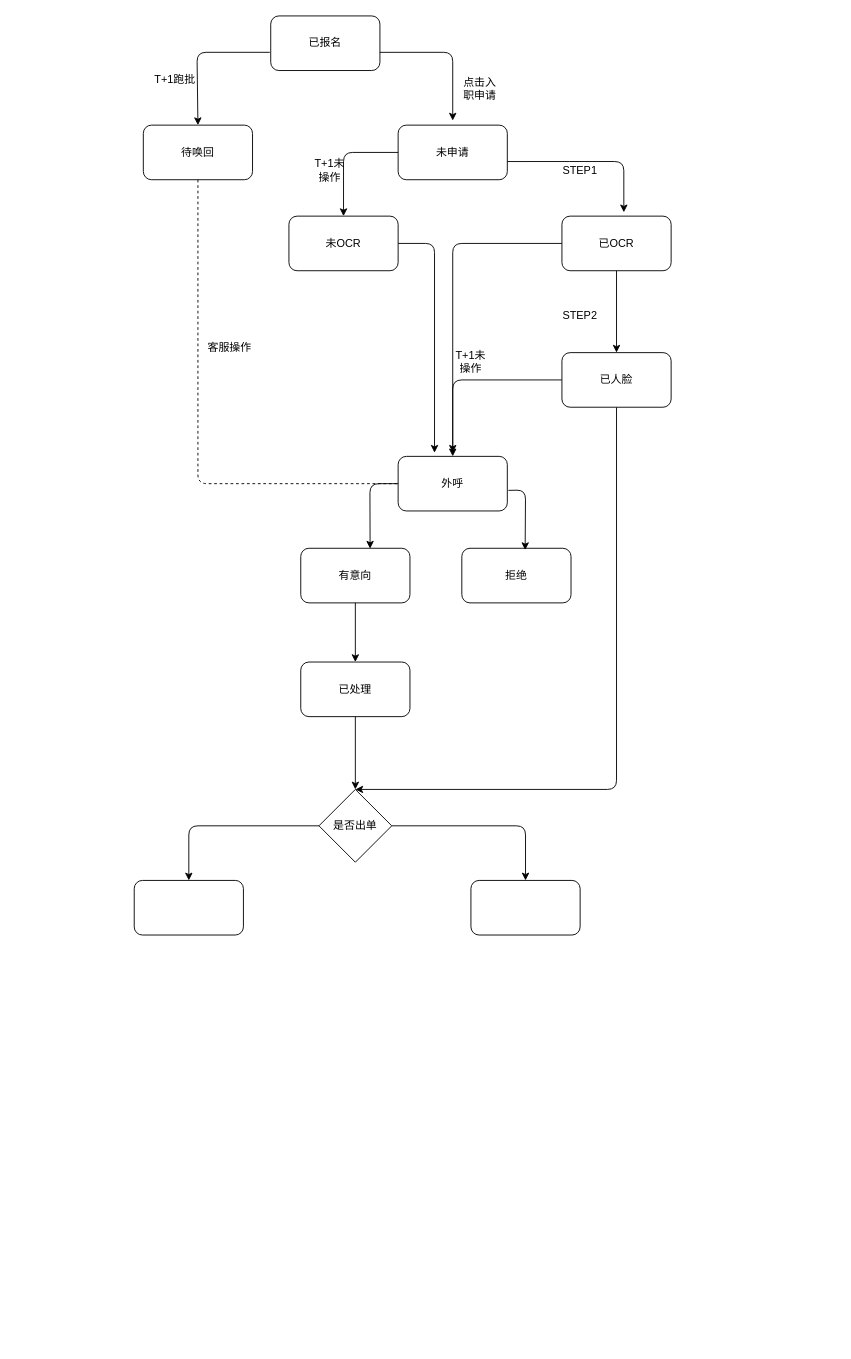
This is middle.drawio from raineyJ/pub_drawio, a draw.io file, before an edit. Source tidied: cells renumbered, new cells numbered last; positions are measured from the earlier drawing's top-left corner, leaving out a move shared by most shapes. Both pictures are drawn from the tidied source at 91%, with x=0, y=0 at pixel (134, 15).
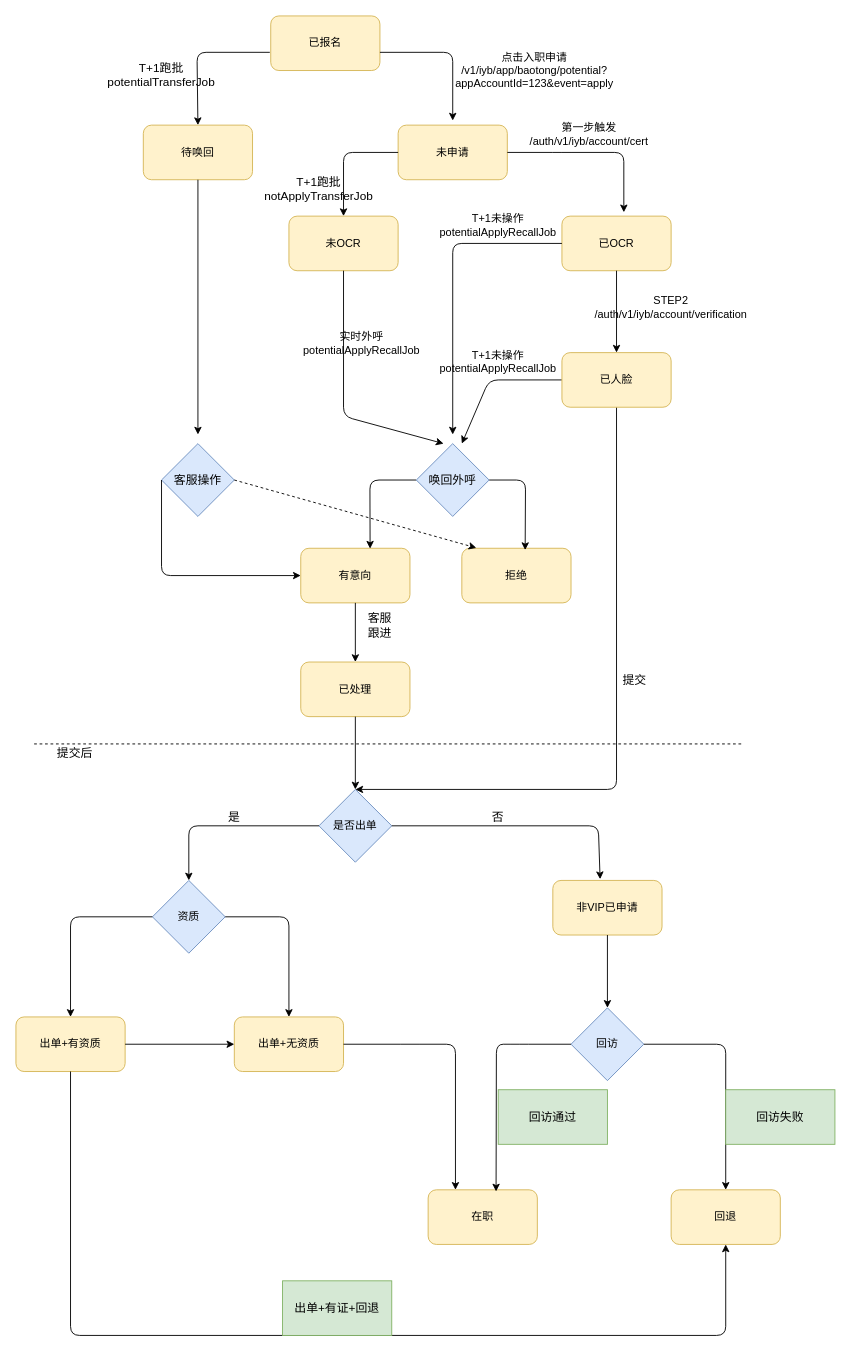
The same page after the edit.

Change to the diagram source:
```diff
@@
-    <mxCell id="2" value="&lt;span&gt;已报名&lt;/span&gt;" style="rounded=1;whiteSpace=wrap;html=1;" parent="1" vertex="1">
+    <mxCell id="2" value="&lt;span&gt;已报名&lt;/span&gt;" style="rounded=1;whiteSpace=wrap;html=1;fillColor=#fff2cc;strokeColor=#d6b656;" parent="1" vertex="1">
       <mxGeometry x="150" width="120" height="60" as="geometry" />
     </mxCell>
-    <mxCell id="3" value="待唤回" style="rounded=1;whiteSpace=wrap;html=1;" parent="1" vertex="1">
+    <mxCell id="3" value="待唤回" style="rounded=1;whiteSpace=wrap;html=1;fillColor=#fff2cc;strokeColor=#d6b656;" parent="1" vertex="1">
       <mxGeometry x="10" y="120" width="120" height="60" as="geometry" />
     </mxCell>
-    <mxCell id="4" value="未申请" style="rounded=1;whiteSpace=wrap;html=1;" parent="1" vertex="1">
+    <mxCell id="4" value="未申请" style="rounded=1;whiteSpace=wrap;html=1;fillColor=#fff2cc;strokeColor=#d6b656;" parent="1" vertex="1">
       <mxGeometry x="290" y="120" width="120" height="60" as="geometry" />
     </mxCell>
@@
-    <mxCell id="7" value="T+1跑批" style="text;html=1;strokeColor=none;fillColor=none;align=center;verticalAlign=middle;whiteSpace=wrap;rounded=0;" parent="1" vertex="1">
-      <mxGeometry x="20" y="60" width="50" height="20" as="geometry" />
+    <mxCell id="7" value="T+1跑批&lt;br style=&quot;font-size: 13px;&quot;&gt;potentialTransferJob&lt;br style=&quot;font-size: 13px;&quot;&gt;" style="text;html=1;strokeColor=none;fillColor=none;align=center;verticalAlign=middle;whiteSpace=wrap;rounded=0;fontStyle=0;fontSize=13;" parent="1" vertex="1">
+      <mxGeometry x="-10" y="50" width="80" height="30" as="geometry" />
     </mxCell>
-    <mxCell id="8" value="已OCR" style="rounded=1;whiteSpace=wrap;html=1;" parent="1" vertex="1">
+    <mxCell id="8" value="已OCR" style="rounded=1;whiteSpace=wrap;html=1;fillColor=#fff2cc;strokeColor=#d6b656;" parent="1" vertex="1">
       <mxGeometry x="470" y="220" width="120" height="60" as="geometry" />
     </mxCell>
-    <mxCell id="9" value="拒绝" style="rounded=1;whiteSpace=wrap;html=1;" parent="1" vertex="1">
+    <mxCell id="9" value="拒绝" style="rounded=1;whiteSpace=wrap;html=1;fillColor=#fff2cc;strokeColor=#d6b656;" parent="1" vertex="1">
       <mxGeometry x="360" y="585" width="120" height="60" as="geometry" />
     </mxCell>
-    <mxCell id="10" style="rounded=1;whiteSpace=wrap;html=1;" parent="1" vertex="1">
-      <mxGeometry y="950" width="120" height="60" as="geometry" />
-    </mxCell>
-    <mxCell id="11" value="已处理" style="rounded=1;whiteSpace=wrap;html=1;" parent="1" vertex="1">
+    <mxCell id="11" value="已处理" style="rounded=1;whiteSpace=wrap;html=1;fillColor=#fff2cc;strokeColor=#d6b656;" parent="1" vertex="1">
       <mxGeometry x="183" y="710" width="120" height="60" as="geometry" />
     </mxCell>
-    <mxCell id="12" value="外呼&lt;br&gt;" style="rounded=1;whiteSpace=wrap;html=1;" parent="1" vertex="1">
-      <mxGeometry x="290" y="484" width="120" height="60" as="geometry" />
-    </mxCell>
-    <mxCell id="13" value="有意向" style="rounded=1;whiteSpace=wrap;html=1;" parent="1" vertex="1">
+    <mxCell id="13" value="有意向" style="rounded=1;whiteSpace=wrap;html=1;fillColor=#fff2cc;strokeColor=#d6b656;" parent="1" vertex="1">
       <mxGeometry x="183" y="585" width="120" height="60" as="geometry" />
     </mxCell>
-    <mxCell id="14" value="未OCR" style="rounded=1;whiteSpace=wrap;html=1;" parent="1" vertex="1">
+    <mxCell id="14" value="未OCR" style="rounded=1;whiteSpace=wrap;html=1;fillColor=#fff2cc;strokeColor=#d6b656;" parent="1" vertex="1">
       <mxGeometry x="170" y="220" width="120" height="60" as="geometry" />
     </mxCell>
-    <mxCell id="15" value="点击入职申请&lt;br&gt;" style="text;html=1;strokeColor=none;fillColor=none;align=center;verticalAlign=middle;whiteSpace=wrap;rounded=0;" parent="1" vertex="1">
-      <mxGeometry x="360" y="70" width="40" height="20" as="geometry" />
+    <mxCell id="15" value="点击入职申请&lt;br&gt;/v1/iyb/app/baotong/potential?appAccountId=123&amp;amp;event=apply&lt;br&gt;" style="text;html=1;strokeColor=none;fillColor=none;align=center;verticalAlign=middle;whiteSpace=wrap;rounded=0;" parent="1" vertex="1">
+      <mxGeometry x="320" y="20" width="240" height="80" as="geometry" />
     </mxCell>
-    <mxCell id="16" style="endArrow=classic;html=1;exitX=1;exitY=0.667;exitDx=0;exitDy=0;entryX=0.567;entryY=-0.07;entryDx=0;entryDy=0;entryPerimeter=0;exitPerimeter=0;" parent="1" edge="1" source="4" target="8">
+    <mxCell id="16" style="endArrow=classic;html=1;exitX=1;exitY=0.5;exitDx=0;exitDy=0;entryX=0.567;entryY=-0.07;entryDx=0;entryDy=0;entryPerimeter=0;" parent="1" edge="1" source="4" target="8">
       <mxGeometry relative="1" as="geometry">
         <Array as="points">
-          <mxPoint x="468" y="160" />
-          <mxPoint x="538" y="160" />
+          <mxPoint x="470" y="150" />
+          <mxPoint x="538" y="150" />
         </Array>
       </mxGeometry>
     </mxCell>
@@
-    <mxCell id="18" value="T+1未操作" style="text;html=1;strokeColor=none;fillColor=none;align=center;verticalAlign=middle;whiteSpace=wrap;rounded=0;" parent="1" vertex="1">
-      <mxGeometry x="195" y="160" width="40" height="20" as="geometry" />
-    </mxCell>
-    <mxCell id="19" value="STEP1" style="text;html=1;strokeColor=none;fillColor=none;align=center;verticalAlign=middle;whiteSpace=wrap;rounded=0;" parent="1" vertex="1">
-      <mxGeometry x="470" y="160" width="40" height="20" as="geometry" />
+    <mxCell id="19" value="第一步触发&lt;br&gt;/auth/v1/iyb/account/cert&lt;br&gt;" style="text;html=1;strokeColor=none;fillColor=none;align=center;verticalAlign=middle;whiteSpace=wrap;rounded=0;" parent="1" vertex="1">
+      <mxGeometry x="480" y="120" width="40" height="20" as="geometry" />
     </mxCell>
-    <mxCell id="20" style="endArrow=classic;html=1;exitX=0;exitY=0.5;exitDx=0;exitDy=0;entryX=0.5;entryY=0;entryDx=0;entryDy=0;" parent="1" edge="1" source="8" target="12">
+    <mxCell id="20" style="endArrow=classic;html=1;exitX=0;exitY=0.5;exitDx=0;exitDy=0;" parent="1" edge="1" source="8">
       <mxGeometry relative="1" as="geometry">
+        <mxPoint x="350" y="460" as="targetPoint" />
         <Array as="points">
           <mxPoint x="350" y="250" />
         </Array>
       </mxGeometry>
     </mxCell>
-    <mxCell id="21" value="T+1未操作&lt;br&gt;" style="text;html=1;strokeColor=none;fillColor=none;align=center;verticalAlign=middle;whiteSpace=wrap;rounded=0;" parent="1" vertex="1">
-      <mxGeometry x="350" y="370" width="40" height="20" as="geometry" />
+    <mxCell id="21" value="T+1未操作&lt;br&gt;potentialApplyRecallJob&lt;br&gt;" style="text;html=1;strokeColor=none;fillColor=none;align=center;verticalAlign=middle;whiteSpace=wrap;rounded=0;" parent="1" vertex="1">
+      <mxGeometry x="380" y="370" width="40" height="20" as="geometry" />
     </mxCell>
     <mxCell id="22" style="endArrow=classic;html=1;exitX=0;exitY=0.5;exitDx=0;exitDy=0;" parent="1" edge="1" source="31">
       <mxGeometry relative="1" as="geometry">
-        <mxPoint x="350" y="480" as="targetPoint" />
+        <mxPoint x="360" y="470" as="targetPoint" />
         <Array as="points">
-          <mxPoint x="350" y="400" />
+          <mxPoint x="390" y="400" />
         </Array>
       </mxGeometry>
     </mxCell>
@@
-    <mxCell id="24" value="STEP2&lt;br&gt;" style="text;html=1;strokeColor=none;fillColor=none;align=center;verticalAlign=middle;whiteSpace=wrap;rounded=0;" parent="1" vertex="1">
-      <mxGeometry x="470" y="320" width="40" height="20" as="geometry" />
+    <mxCell id="24" value="STEP2&lt;br&gt;/auth/v1/iyb/account/verification&lt;br&gt;" style="text;html=1;strokeColor=none;fillColor=none;align=center;verticalAlign=middle;whiteSpace=wrap;rounded=0;" parent="1" vertex="1">
+      <mxGeometry x="570" y="310" width="40" height="20" as="geometry" />
     </mxCell>
-    <mxCell id="25" style="endArrow=classic;html=1;exitX=1.01;exitY=0.623;exitDx=0;exitDy=0;exitPerimeter=0;entryX=0.58;entryY=0.033;entryDx=0;entryDy=0;entryPerimeter=0;" parent="1" edge="1" source="12" target="9">
+    <mxCell id="25" style="endArrow=classic;html=1;exitX=1;exitY=0.5;exitDx=0;exitDy=0;entryX=0.58;entryY=0.033;entryDx=0;entryDy=0;entryPerimeter=0;" parent="1" edge="1" source="54" target="9">
       <mxGeometry relative="1" as="geometry">
         <Array as="points">
-          <mxPoint x="430" y="521" />
+          <mxPoint x="430" y="510" />
         </Array>
       </mxGeometry>
     </mxCell>
-    <mxCell id="26" style="endArrow=classic;html=1;entryX=0.635;entryY=0.007;entryDx=0;entryDy=0;entryPerimeter=0;exitX=0;exitY=0.5;exitDx=0;exitDy=0;" parent="1" edge="1" source="12" target="13">
+    <mxCell id="26" style="endArrow=classic;html=1;entryX=0.635;entryY=0.007;entryDx=0;entryDy=0;entryPerimeter=0;" parent="1" edge="1" target="13">
       <mxGeometry relative="1" as="geometry">
+        <mxPoint x="310" y="510" as="sourcePoint" />
         <Array as="points">
-          <mxPoint x="259" y="514" />
+          <mxPoint x="259" y="510" />
         </Array>
       </mxGeometry>
     </mxCell>
@@
-    <mxCell id="28" style="endArrow=classic;html=1;exitX=1;exitY=0.5;exitDx=0;exitDy=0;" parent="1" edge="1" source="14">
+    <mxCell id="28" style="endArrow=classic;html=1;exitX=0.5;exitY=1;exitDx=0;exitDy=0;" parent="1" edge="1" source="14">
       <mxGeometry relative="1" as="geometry">
-        <mxPoint x="330" y="480" as="targetPoint" />
+        <mxPoint x="340" y="470" as="targetPoint" />
         <Array as="points">
-          <mxPoint x="330" y="250" />
+          <mxPoint x="230" y="440" />
         </Array>
       </mxGeometry>
     </mxCell>
-    <mxCell id="29" value="是否出单" style="rhombus;whiteSpace=wrap;html=1;" parent="1" vertex="1">
+    <mxCell id="29" value="是否出单" style="rhombus;whiteSpace=wrap;html=1;fillColor=#dae8fc;strokeColor=#6c8ebf;" parent="1" vertex="1">
       <mxGeometry x="203" y="850" width="80" height="80" as="geometry" />
     </mxCell>
@@
-    <mxCell id="31" value="已人脸&lt;br&gt;" style="rounded=1;whiteSpace=wrap;html=1;" parent="1" vertex="1">
+    <mxCell id="31" value="已人脸&lt;br&gt;" style="rounded=1;whiteSpace=wrap;html=1;fillColor=#fff2cc;strokeColor=#d6b656;" parent="1" vertex="1">
       <mxGeometry x="470" y="370" width="120" height="60" as="geometry" />
     </mxCell>
@@
-    <mxCell id="33" style="endArrow=classic;html=1;exitX=1;exitY=0.5;exitDx=0;exitDy=0;entryX=0.5;entryY=0;entryDx=0;entryDy=0;" parent="1" edge="1" source="29" target="35">
+    <mxCell id="33" style="endArrow=classic;html=1;exitX=1;exitY=0.5;exitDx=0;exitDy=0;entryX=0.433;entryY=-0.023;entryDx=0;entryDy=0;entryPerimeter=0;" parent="1" edge="1" source="29" target="39">
       <mxGeometry relative="1" as="geometry">
         <Array as="points">
-          <mxPoint x="430" y="890" />
+          <mxPoint x="510" y="890" />
         </Array>
       </mxGeometry>
     </mxCell>
-    <mxCell id="34" style="endArrow=classic;html=1;exitX=0;exitY=0.5;exitDx=0;exitDy=0;entryX=0.5;entryY=0;entryDx=0;entryDy=0;" parent="1" edge="1" source="29" target="10">
+    <mxCell id="34" style="endArrow=classic;html=1;exitX=0;exitY=0.5;exitDx=0;exitDy=0;entryX=0.5;entryY=0;entryDx=0;entryDy=0;" parent="1" edge="1" source="29">
       <mxGeometry relative="1" as="geometry">
+        <mxPoint x="60" y="950" as="targetPoint" />
         <Array as="points">
           <mxPoint x="60" y="890" />
         </Array>
       </mxGeometry>
     </mxCell>
-    <mxCell id="35" style="rounded=1;whiteSpace=wrap;html=1;" parent="1" vertex="1">
-      <mxGeometry x="370" y="950" width="120" height="60" as="geometry" />
-    </mxCell>
-    <mxCell id="36" style="endArrow=none;dashed=1;html=1;exitX=0.5;exitY=1;exitDx=0;exitDy=0;entryX=0;entryY=0.5;entryDx=0;entryDy=0;" parent="1" edge="1" source="3" target="12">
-      <mxGeometry relative="1" as="geometry">
-        <Array as="points">
-          <mxPoint x="70" y="514" />
-        </Array>
-      </mxGeometry>
-    </mxCell>
+    <mxCell id="38" value="资质" style="rhombus;whiteSpace=wrap;html=1;fillColor=#dae8fc;strokeColor=#6c8ebf;" parent="1" vertex="1">
+      <mxGeometry x="20" y="950" width="80" height="80" as="geometry" />
+    </mxCell>
+    <mxCell id="39" value="非VIP已申请" style="rounded=1;whiteSpace=wrap;html=1;fillColor=#fff2cc;strokeColor=#d6b656;" parent="1" vertex="1">
+      <mxGeometry x="460" y="950" width="120" height="60" as="geometry" />
+    </mxCell>
+    <mxCell id="40" style="endArrow=classic;html=1;exitX=0.5;exitY=1;exitDx=0;exitDy=0;entryX=0.5;entryY=0;entryDx=0;entryDy=0;" parent="1" edge="1" source="39" target="41">
+      <mxGeometry relative="1" as="geometry" />
+    </mxCell>
+    <mxCell id="41" value="回访" style="rhombus;whiteSpace=wrap;html=1;fillColor=#dae8fc;strokeColor=#6c8ebf;" parent="1" vertex="1">
+      <mxGeometry x="480" y="1090" width="80" height="80" as="geometry" />
+    </mxCell>
+    <mxCell id="42" value="出单+无资质" style="rounded=1;whiteSpace=wrap;html=1;fillColor=#fff2cc;strokeColor=#d6b656;" parent="1" vertex="1">
+      <mxGeometry x="110" y="1100" width="120" height="60" as="geometry" />
+    </mxCell>
+    <mxCell id="43" value="出单+有资质" style="rounded=1;whiteSpace=wrap;html=1;fillColor=#fff2cc;strokeColor=#d6b656;" parent="1" vertex="1">
+      <mxGeometry x="-130" y="1100" width="120" height="60" as="geometry" />
+    </mxCell>
+    <mxCell id="44" style="endArrow=classic;html=1;exitX=1;exitY=0.5;exitDx=0;exitDy=0;entryX=0.5;entryY=0;entryDx=0;entryDy=0;" parent="1" edge="1" source="38" target="42">
+      <mxGeometry relative="1" as="geometry">
+        <Array as="points">
+          <mxPoint x="170" y="990" />
+        </Array>
+      </mxGeometry>
+    </mxCell>
+    <mxCell id="45" style="endArrow=classic;html=1;exitX=0;exitY=0.5;exitDx=0;exitDy=0;entryX=0.5;entryY=0;entryDx=0;entryDy=0;" parent="1" edge="1" source="38" target="43">
+      <mxGeometry relative="1" as="geometry">
+        <Array as="points">
+          <mxPoint x="-70" y="990" />
+        </Array>
+      </mxGeometry>
+    </mxCell>
+    <mxCell id="46" value="在职" style="rounded=1;whiteSpace=wrap;html=1;fillColor=#fff2cc;strokeColor=#d6b656;" parent="1" vertex="1">
+      <mxGeometry x="323" y="1290" width="120" height="60" as="geometry" />
+    </mxCell>
+    <mxCell id="47" value="回退&lt;br&gt;" style="rounded=1;whiteSpace=wrap;html=1;fillColor=#fff2cc;strokeColor=#d6b656;" parent="1" vertex="1">
+      <mxGeometry x="590" y="1290" width="120" height="60" as="geometry" />
+    </mxCell>
+    <mxCell id="48" style="endArrow=classic;html=1;exitX=1;exitY=0.5;exitDx=0;exitDy=0;entryX=0.25;entryY=0;entryDx=0;entryDy=0;" parent="1" edge="1" source="42" target="46">
+      <mxGeometry relative="1" as="geometry">
+        <Array as="points">
+          <mxPoint x="303" y="1130" />
+          <mxPoint x="353" y="1130" />
+        </Array>
+      </mxGeometry>
+    </mxCell>
+    <mxCell id="49" style="endArrow=classic;html=1;exitX=1;exitY=0.5;exitDx=0;exitDy=0;entryX=0.5;entryY=0;entryDx=0;entryDy=0;" parent="1" edge="1" source="41" target="47">
+      <mxGeometry relative="1" as="geometry">
+        <Array as="points">
+          <mxPoint x="650" y="1130" />
+        </Array>
+      </mxGeometry>
+    </mxCell>
+    <mxCell id="50" style="endArrow=classic;html=1;entryX=0;entryY=0.5;entryDx=0;entryDy=0;exitX=1;exitY=0.5;exitDx=0;exitDy=0;" parent="1" edge="1" source="43" target="42">
+      <mxGeometry relative="1" as="geometry" />
+    </mxCell>
+    <mxCell id="51" style="endArrow=classic;html=1;exitX=0.5;exitY=1;exitDx=0;exitDy=0;entryX=0.5;entryY=1;entryDx=0;entryDy=0;" parent="1" edge="1" source="43" target="47">
+      <mxGeometry relative="1" as="geometry">
+        <Array as="points">
+          <mxPoint x="-70" y="1450" />
+          <mxPoint x="650" y="1450" />
+        </Array>
+      </mxGeometry>
+    </mxCell>
+    <mxCell id="52" style="endArrow=classic;html=1;fontSize=13;entryX=0.622;entryY=0.03;entryDx=0;entryDy=0;exitX=0;exitY=0.5;exitDx=0;exitDy=0;entryPerimeter=0;" parent="1" edge="1" source="41" target="46">
+      <mxGeometry relative="1" as="geometry">
+        <Array as="points">
+          <mxPoint x="423" y="1130" />
+          <mxPoint x="398" y="1130" />
+        </Array>
+      </mxGeometry>
+    </mxCell>
+    <mxCell id="53" value="T+1跑批&lt;br style=&quot;font-size: 13px&quot;&gt;notApplyTransferJob&lt;br style=&quot;font-size: 13px&quot;&gt;" style="text;html=1;strokeColor=none;fillColor=none;align=center;verticalAlign=middle;whiteSpace=wrap;rounded=0;fontStyle=0;fontSize=13;" parent="1" vertex="1">
+      <mxGeometry x="163" y="175" width="80" height="30" as="geometry" />
+    </mxCell>
+    <mxCell id="54" value="唤回外呼" style="rhombus;whiteSpace=wrap;html=1;fontSize=13;fillColor=#dae8fc;strokeColor=#6c8ebf;" parent="1" vertex="1">
+      <mxGeometry x="310" y="470" width="80" height="80" as="geometry" />
+    </mxCell>
+    <mxCell id="55" value="T+1未操作&lt;br&gt;potentialApplyRecallJob&lt;br&gt;" style="text;html=1;strokeColor=none;fillColor=none;align=center;verticalAlign=middle;whiteSpace=wrap;rounded=0;" parent="1" vertex="1">
+      <mxGeometry x="380" y="220" width="40" height="20" as="geometry" />
+    </mxCell>
+    <mxCell id="56" value="客服跟进&lt;br&gt;&lt;br&gt;" style="text;html=1;strokeColor=none;fillColor=none;align=center;verticalAlign=middle;whiteSpace=wrap;rounded=0;fontSize=13;" parent="1" vertex="1">
+      <mxGeometry x="250" y="668" width="40" height="20" as="geometry" />
+    </mxCell>
+    <mxCell id="57" value="是" style="text;html=1;strokeColor=none;fillColor=none;align=center;verticalAlign=middle;whiteSpace=wrap;rounded=0;fontSize=13;" parent="1" vertex="1">
+      <mxGeometry x="90" y="870" width="40" height="20" as="geometry" />
+    </mxCell>
+    <mxCell id="58" value="否" style="text;html=1;strokeColor=none;fillColor=none;align=center;verticalAlign=middle;whiteSpace=wrap;rounded=0;fontSize=13;" parent="1" vertex="1">
+      <mxGeometry x="380" y="870" width="40" height="20" as="geometry" />
+    </mxCell>
+    <mxCell id="59" style="endArrow=none;dashed=1;html=1;fontSize=13;" parent="1" edge="1">
+      <mxGeometry relative="1" as="geometry">
+        <mxPoint x="-110" y="800" as="sourcePoint" />
+        <mxPoint x="670" y="800" as="targetPoint" />
+      </mxGeometry>
+    </mxCell>
+    <mxCell id="60" value="提交后" style="text;html=1;strokeColor=none;fillColor=none;align=center;verticalAlign=middle;whiteSpace=wrap;rounded=0;fontSize=13;" parent="1" vertex="1">
+      <mxGeometry x="-90" y="800" width="50" height="20" as="geometry" />
+    </mxCell>
-    <mxCell id="37" value="客服操作" style="text;html=1;strokeColor=none;fillColor=none;align=center;verticalAlign=middle;whiteSpace=wrap;rounded=0;" parent="1" vertex="1">
-      <mxGeometry x="80" y="350" width="50" height="30" as="geometry" />
+    <mxCell id="37" value="客服操作" style="rhombus;whiteSpace=wrap;html=1;fontSize=13;fillColor=#dae8fc;strokeColor=#6c8ebf;" parent="1" vertex="1">
+      <mxGeometry x="30" y="470" width="80" height="80" as="geometry" />
     </mxCell>
+    <mxCell id="61" style="endArrow=classic;html=1;fontSize=13;exitX=0.5;exitY=1;exitDx=0;exitDy=0;" parent="1" edge="1" source="3">
+      <mxGeometry relative="1" as="geometry">
+        <mxPoint x="70" y="460" as="targetPoint" />
+      </mxGeometry>
+    </mxCell>
+    <mxCell id="62" style="endArrow=classic;html=1;fontSize=13;exitX=0;exitY=0.5;exitDx=0;exitDy=0;entryX=0;entryY=0.5;entryDx=0;entryDy=0;" parent="1" edge="1" source="37" target="13">
+      <mxGeometry relative="1" as="geometry">
+        <Array as="points">
+          <mxPoint x="30" y="615" />
+        </Array>
+      </mxGeometry>
+    </mxCell>
+    <mxCell id="63" value="实时外呼&lt;br&gt;potentialApplyRecallJob&lt;br&gt;" style="text;html=1;strokeColor=none;fillColor=none;align=center;verticalAlign=middle;whiteSpace=wrap;rounded=0;" parent="1" vertex="1">
+      <mxGeometry x="230" y="350" width="40" height="20" as="geometry" />
+    </mxCell>
+    <mxCell id="64" value="提交" style="text;html=1;strokeColor=none;fillColor=none;align=center;verticalAlign=middle;whiteSpace=wrap;rounded=0;fontSize=13;" parent="1" vertex="1">
+      <mxGeometry x="530" y="720" width="40" height="20" as="geometry" />
+    </mxCell>
+    <mxCell id="65" style="endArrow=classic;html=1;fontSize=13;exitX=1;exitY=0.5;exitDx=0;exitDy=0;entryX=0.133;entryY=-0.007;entryDx=0;entryDy=0;entryPerimeter=0;dashed=1;" parent="1" edge="1" source="37" target="9">
+      <mxGeometry relative="1" as="geometry" />
+    </mxCell>
+    <mxCell id="66" value="&lt;span&gt;出单+有证+回退&lt;/span&gt;" style="rounded=0;whiteSpace=wrap;html=1;fontSize=13;fillColor=#d5e8d4;strokeColor=#82b366;" parent="1" vertex="1">
+      <mxGeometry x="163" y="1390" width="120" height="60" as="geometry" />
+    </mxCell>
+    <mxCell id="67" value="&lt;span&gt;回访通过&lt;/span&gt;" style="rounded=0;whiteSpace=wrap;html=1;fontSize=13;fillColor=#d5e8d4;strokeColor=#82b366;" parent="1" vertex="1">
+      <mxGeometry x="400" y="1180" width="120" height="60" as="geometry" />
+    </mxCell>
+    <mxCell id="68" value="回访失败" style="rounded=0;whiteSpace=wrap;html=1;fontSize=13;fillColor=#d5e8d4;strokeColor=#82b366;" parent="1" vertex="1">
+      <mxGeometry x="650" y="1180" width="120" height="60" as="geometry" />
+    </mxCell>
```
